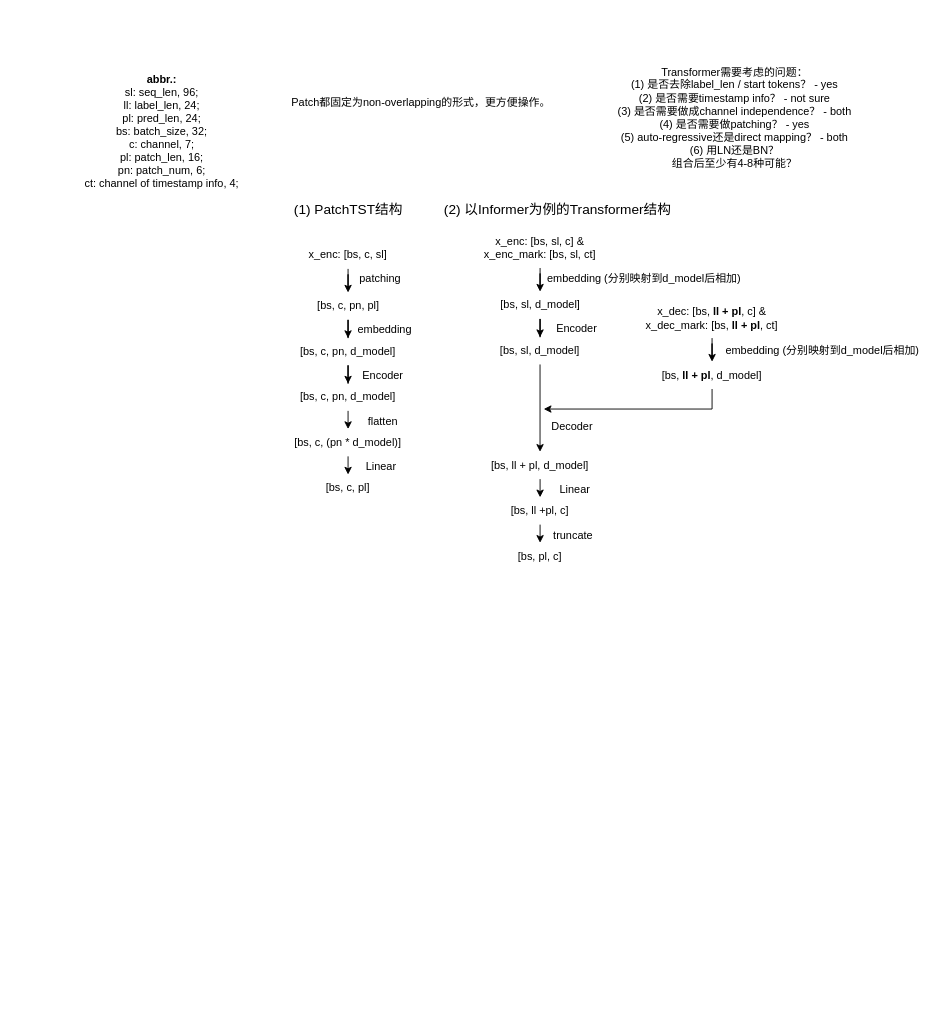
Above: TSF_Transformer架构探讨.drawio in HALF111/Research_figures (draw.io), before the change. Source tidied: cells renumbered, new cells numbered last; positions are measured from the earlier drawing's top-left corner, leaving out a move shared by most shapes. Both pictures are drawn from the tidied source at 91%, with x=0, y=0 at pixel (75, 63).
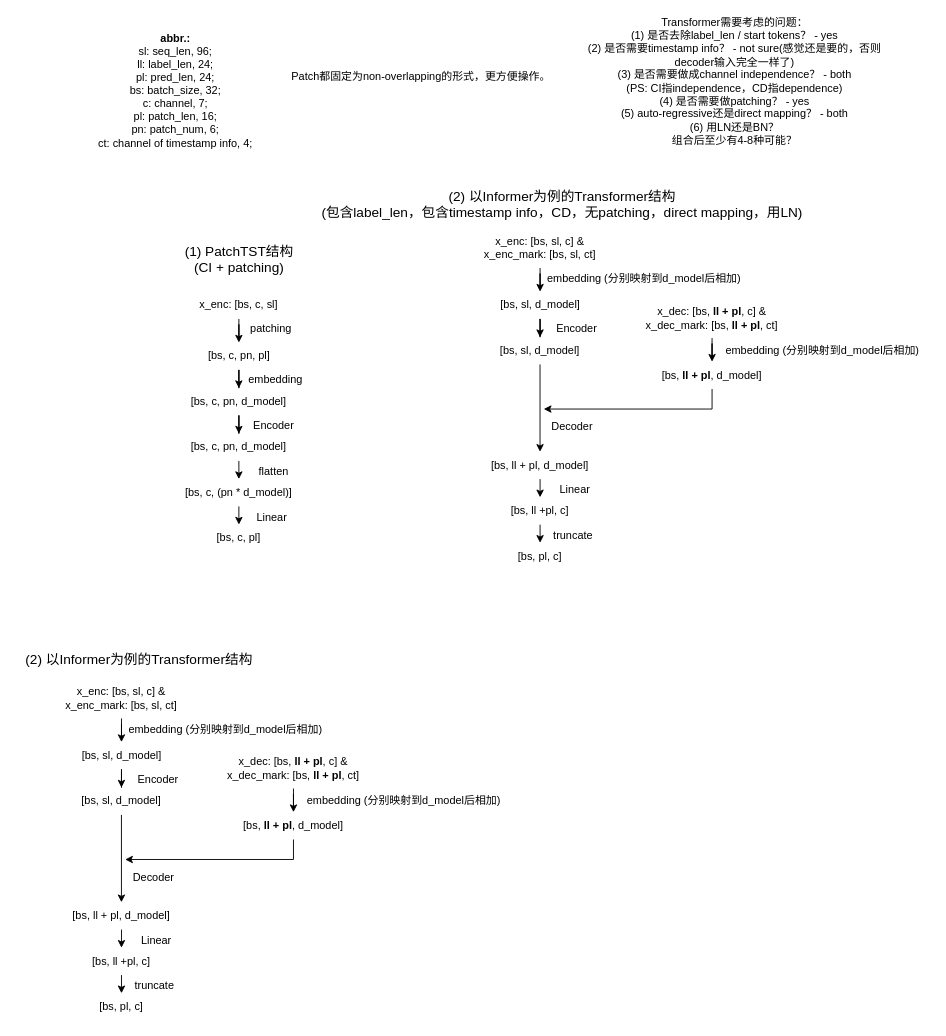
After the change.

Commit message:
更新TSF_Transformer架构探讨.drawio

The edit, as a diff of the source:
```diff
@@
     <mxCell id="3" value="x_enc: [bs, c, sl]" style="text;html=1;align=center;verticalAlign=middle;whiteSpace=wrap;rounded=0;" parent="1" vertex="1">
-      <mxGeometry x="225" y="196" width="150" height="30" as="geometry" />
+      <mxGeometry x="105" y="251" width="150" height="30" as="geometry" />
     </mxCell>
-    <mxCell id="4" value="&lt;font style=&quot;font-size: 15px;&quot;&gt;(1) PatchTST结构&lt;/font&gt;" style="text;html=1;align=center;verticalAlign=middle;strokeColor=none;fillColor=none;" parent="1" vertex="1">
-      <mxGeometry x="230" y="145" width="140" height="30" as="geometry" />
+    <mxCell id="4" value="&lt;font style=&quot;font-size: 15px;&quot;&gt;(1) PatchTST结构&lt;/font&gt;&lt;div&gt;&lt;span style=&quot;font-size: 15px;&quot;&gt;(CI + patching)&lt;/span&gt;&lt;/div&gt;" style="text;html=1;align=center;verticalAlign=middle;strokeColor=none;fillColor=none;" parent="1" vertex="1">
+      <mxGeometry x="110" y="190" width="140" height="50" as="geometry" />
     </mxCell>
     <mxCell id="5" value="&lt;b&gt;abbr.:&lt;/b&gt;&lt;div&gt;sl: seq_len, 96;&lt;/div&gt;&lt;div&gt;ll: label_len, 24;&lt;/div&gt;&lt;div&gt;pl: pred_len, 24;&lt;/div&gt;&lt;div&gt;bs: batch_size, 32;&lt;/div&gt;&lt;div&gt;c: channel, 7;&lt;/div&gt;&lt;div&gt;pl: patch_len, 16;&lt;/div&gt;&lt;div&gt;pn: patch_num, 6;&lt;/div&gt;&lt;div&gt;ct: channel of timestamp info, 4;&lt;/div&gt;" style="text;html=1;align=center;verticalAlign=middle;strokeColor=none;fillColor=none;" parent="1" vertex="1">
-      <mxGeometry y="5" width="190" height="140" as="geometry" />
+      <mxGeometry x="15" y="-40" width="190" height="140" as="geometry" />
     </mxCell>
     <mxCell id="6" value="Patch都固定为non-overlapping的形式，更方便操作。" style="text;html=1;align=center;verticalAlign=middle;strokeColor=none;fillColor=none;" parent="1" vertex="1">
-      <mxGeometry x="225" y="29" width="310" height="30" as="geometry" />
+      <mxGeometry x="225" width="310" height="30" as="geometry" />
     </mxCell>
-    <mxCell id="7" value="Transformer需要考虑的问题：&lt;div&gt;(1) 是否去除label_len / start tokens？ - yes&lt;/div&gt;&lt;div&gt;(2) 是否需要timestamp info？ - not sure&lt;/div&gt;&lt;div&gt;(3) 是否需要做成channel independence？ - both&lt;/div&gt;&lt;div&gt;(4) 是否需要做patching？ - yes&lt;/div&gt;&lt;div&gt;(5) auto-regressive还是direct mapping？ - both&lt;/div&gt;&lt;div&gt;(6) 用LN还是BN？&lt;/div&gt;&lt;div&gt;组合后至少有4-8种可能？&lt;/div&gt;" style="text;html=1;align=center;verticalAlign=middle;whiteSpace=wrap;rounded=0;" parent="1" vertex="1">
-      <mxGeometry x="560" width="330" height="120" as="geometry" />
+    <mxCell id="7" value="Transformer需要考虑的问题：&lt;div&gt;(1) 是否去除label_len / start tokens？ - yes&lt;/div&gt;&lt;div&gt;(2) 是否需要timestamp info？ - not sure(感觉还是要的，否则decoder输入完全一样了)&lt;/div&gt;&lt;div&gt;(3) 是否需要做成channel independence？ - both&lt;/div&gt;&lt;div&gt;(PS: CI指independence，CD指dependence)&lt;/div&gt;&lt;div&gt;(4) 是否需要做patching？ - yes&lt;/div&gt;&lt;div&gt;(5) auto-regressive还是direct mapping？ - both&lt;/div&gt;&lt;div&gt;(6) 用LN还是BN？&lt;/div&gt;&lt;div&gt;组合后至少有4-8种可能？&lt;/div&gt;" style="text;html=1;align=center;verticalAlign=middle;whiteSpace=wrap;rounded=0;" parent="1" vertex="1">
+      <mxGeometry x="560" y="-40" width="330" height="120" as="geometry" />
     </mxCell>
@@
     <mxCell id="9" value="[bs, c, pn, pl]" style="text;html=1;align=center;verticalAlign=middle;whiteSpace=wrap;rounded=0;" parent="1" vertex="1">
-      <mxGeometry x="247.5" y="252" width="105" height="30" as="geometry" />
+      <mxGeometry x="127.5" y="307" width="105" height="30" as="geometry" />
     </mxCell>
     <mxCell id="10" value="patching" style="text;html=1;align=center;verticalAlign=middle;strokeColor=none;fillColor=none;" parent="1" vertex="1">
-      <mxGeometry x="300" y="222" width="70" height="30" as="geometry" />
+      <mxGeometry x="180" y="277" width="70" height="30" as="geometry" />
     </mxCell>
@@
     <mxCell id="12" value="[bs, c, pn, d_model]" style="text;html=1;align=center;verticalAlign=middle;whiteSpace=wrap;rounded=0;" parent="1" vertex="1">
-      <mxGeometry x="231.2" y="302" width="137.5" height="30" as="geometry" />
+      <mxGeometry x="111.2" y="357" width="137.5" height="30" as="geometry" />
     </mxCell>
@@
     <mxCell id="14" value="[bs, c, pn, d_model]" style="text;html=1;align=center;verticalAlign=middle;whiteSpace=wrap;rounded=0;" parent="1" vertex="1">
-      <mxGeometry x="231.2" y="352" width="137.5" height="30" as="geometry" />
+      <mxGeometry x="111.2" y="407" width="137.5" height="30" as="geometry" />
     </mxCell>
@@
     <mxCell id="16" value="[bs, c, (pn * d_model)]" style="text;html=1;align=center;verticalAlign=middle;whiteSpace=wrap;rounded=0;" parent="1" vertex="1">
-      <mxGeometry x="231.2" y="402" width="137.5" height="30" as="geometry" />
+      <mxGeometry x="111.2" y="457" width="137.5" height="30" as="geometry" />
     </mxCell>
     <mxCell id="17" value="[bs, c, pl]" style="text;html=1;align=center;verticalAlign=middle;whiteSpace=wrap;rounded=0;" parent="1" vertex="1">
-      <mxGeometry x="231.2" y="452" width="137.5" height="30" as="geometry" />
+      <mxGeometry x="111.2" y="507" width="137.5" height="30" as="geometry" />
     </mxCell>
     <mxCell id="18" value="embedding" style="text;html=1;align=center;verticalAlign=middle;strokeColor=none;fillColor=none;" parent="1" vertex="1">
-      <mxGeometry x="300" y="278" width="80" height="30" as="geometry" />
+      <mxGeometry x="180" y="333" width="80" height="30" as="geometry" />
     </mxCell>
     <mxCell id="19" value="Encoder" style="text;html=1;align=center;verticalAlign=middle;strokeColor=none;fillColor=none;" parent="1" vertex="1">
-      <mxGeometry x="303" y="328" width="70" height="30" as="geometry" />
+      <mxGeometry x="183" y="383" width="70" height="30" as="geometry" />
     </mxCell>
     <mxCell id="20" value="flatten" style="text;html=1;align=center;verticalAlign=middle;strokeColor=none;fillColor=none;" parent="1" vertex="1">
-      <mxGeometry x="308" y="379" width="60" height="30" as="geometry" />
+      <mxGeometry x="188" y="434" width="60" height="30" as="geometry" />
     </mxCell>
     <mxCell id="21" value="Linear" style="text;html=1;align=center;verticalAlign=middle;strokeColor=none;fillColor=none;" parent="1" vertex="1">
-      <mxGeometry x="306" y="429" width="60" height="30" as="geometry" />
+      <mxGeometry x="186" y="484" width="60" height="30" as="geometry" />
     </mxCell>
@@
-    <mxCell id="43" value="&lt;font style=&quot;font-size: 15px;&quot;&gt;(2) 以Informer为例的Transformer结构&lt;/font&gt;" style="text;html=1;align=center;verticalAlign=middle;strokeColor=none;fillColor=none;" parent="1" vertex="1">
-      <mxGeometry x="395" y="145" width="270" height="30" as="geometry" />
+    <mxCell id="43" value="&lt;font style=&quot;font-size: 15px;&quot;&gt;(2) 以Informer为例的Transformer结构&lt;/font&gt;&lt;div&gt;&lt;font style=&quot;font-size: 15px;&quot;&gt;(包含label_len，包含timestamp info，CD，无patching，direct mapping，用LN)&lt;/font&gt;&lt;/div&gt;" style="text;html=1;align=center;verticalAlign=middle;strokeColor=none;fillColor=none;" parent="1" vertex="1">
+      <mxGeometry x="260" y="130" width="550" height="50" as="geometry" />
     </mxCell>
+    <mxCell id="44" style="edgeStyle=orthogonalEdgeStyle;rounded=0;jettySize=auto;html=1;entryX=0.5;entryY=0;entryDx=0;entryDy=0;" parent="1" edge="1" source="45" target="47">
+      <mxGeometry relative="1" as="geometry" />
+    </mxCell>
+    <mxCell id="45" value="x_enc: [bs, sl, c] &amp;amp;&lt;div&gt;x_enc_mark: [bs, sl, ct]&lt;/div&gt;" style="text;html=1;align=center;verticalAlign=middle;whiteSpace=wrap;rounded=0;" parent="1" vertex="1">
+      <mxGeometry x="-24" y="675" width="150" height="45" as="geometry" />
+    </mxCell>
+    <mxCell id="46" style="edgeStyle=orthogonalEdgeStyle;rounded=0;jettySize=auto;html=1;entryX=0.5;entryY=0;entryDx=0;entryDy=0;" parent="1" edge="1" source="47" target="50">
+      <mxGeometry relative="1" as="geometry" />
+    </mxCell>
+    <mxCell id="47" value="[bs, sl, d_model]" style="text;html=1;align=center;verticalAlign=middle;whiteSpace=wrap;rounded=0;" parent="1" vertex="1">
+      <mxGeometry x="-1.5" y="746" width="105" height="30" as="geometry" />
+    </mxCell>
+    <mxCell id="48" value="embedding (分别映射到d_model后相加)" style="text;html=1;align=center;verticalAlign=middle;strokeColor=none;fillColor=none;" parent="1" vertex="1">
+      <mxGeometry x="45" y="717" width="240" height="30" as="geometry" />
+    </mxCell>
+    <mxCell id="49" style="edgeStyle=orthogonalEdgeStyle;rounded=0;jettySize=auto;html=1;" parent="1" edge="1" source="50" target="52">
+      <mxGeometry relative="1" as="geometry" />
+    </mxCell>
+    <mxCell id="50" value="[bs, sl, d_model]" style="text;html=1;align=center;verticalAlign=middle;whiteSpace=wrap;rounded=0;" parent="1" vertex="1">
+      <mxGeometry x="-17.8" y="796" width="137.5" height="30" as="geometry" />
+    </mxCell>
+    <mxCell id="51" style="edgeStyle=orthogonalEdgeStyle;rounded=0;jettySize=auto;html=1;entryX=0.5;entryY=0;entryDx=0;entryDy=0;" parent="1" edge="1" source="52" target="54">
+      <mxGeometry relative="1" as="geometry" />
+    </mxCell>
+    <mxCell id="52" value="[bs, ll + pl, d_model]" style="text;html=1;align=center;verticalAlign=middle;whiteSpace=wrap;rounded=0;" parent="1" vertex="1">
+      <mxGeometry x="-17.8" y="922" width="137.5" height="30" as="geometry" />
+    </mxCell>
+    <mxCell id="53" style="edgeStyle=orthogonalEdgeStyle;rounded=0;jettySize=auto;html=1;entryX=0.5;entryY=0;entryDx=0;entryDy=0;" parent="1" edge="1" source="54" target="55">
+      <mxGeometry relative="1" as="geometry" />
+    </mxCell>
+    <mxCell id="54" value="[bs, ll +pl, c]" style="text;html=1;align=center;verticalAlign=middle;whiteSpace=wrap;rounded=0;" parent="1" vertex="1">
+      <mxGeometry x="-17.8" y="972" width="137.5" height="30" as="geometry" />
+    </mxCell>
+    <mxCell id="55" value="[bs, pl, c]" style="text;html=1;align=center;verticalAlign=middle;whiteSpace=wrap;rounded=0;" parent="1" vertex="1">
+      <mxGeometry x="-17.8" y="1022" width="137.5" height="30" as="geometry" />
+    </mxCell>
+    <mxCell id="56" value="Encoder" style="text;html=1;align=center;verticalAlign=middle;strokeColor=none;fillColor=none;" parent="1" vertex="1">
+      <mxGeometry x="56" y="772" width="70" height="30" as="geometry" />
+    </mxCell>
+    <mxCell id="57" value="Decoder" style="text;html=1;align=center;verticalAlign=middle;strokeColor=none;fillColor=none;" parent="1" vertex="1">
+      <mxGeometry x="51" y="880" width="70" height="30" as="geometry" />
+    </mxCell>
+    <mxCell id="58" value="Linear" style="text;html=1;align=center;verticalAlign=middle;strokeColor=none;fillColor=none;" parent="1" vertex="1">
+      <mxGeometry x="59" y="949" width="60" height="30" as="geometry" />
+    </mxCell>
+    <mxCell id="59" value="truncate" style="text;html=1;align=center;verticalAlign=middle;strokeColor=none;fillColor=none;" parent="1" vertex="1">
+      <mxGeometry x="52" y="999" width="70" height="30" as="geometry" />
+    </mxCell>
+    <mxCell id="60" style="edgeStyle=orthogonalEdgeStyle;rounded=0;jettySize=auto;html=1;entryX=0.5;entryY=0;entryDx=0;entryDy=0;" parent="1" edge="1" source="61" target="62">
+      <mxGeometry relative="1" as="geometry" />
+    </mxCell>
+    <mxCell id="61" value="x_dec: [bs, &lt;b&gt;ll + pl&lt;/b&gt;, c] &amp;amp;&lt;div&gt;x_dec_mark: [bs, &lt;b&gt;ll + pl&lt;/b&gt;, ct]&lt;/div&gt;" style="text;html=1;align=center;verticalAlign=middle;whiteSpace=wrap;rounded=0;" parent="1" vertex="1">
+      <mxGeometry x="165" y="752" width="150" height="45" as="geometry" />
+    </mxCell>
+    <mxCell id="62" value="[bs, &lt;b&gt;ll + pl&lt;/b&gt;, d_model]" style="text;html=1;align=center;verticalAlign=middle;whiteSpace=wrap;rounded=0;" parent="1" vertex="1">
+      <mxGeometry x="175" y="823" width="130" height="30" as="geometry" />
+    </mxCell>
+    <mxCell id="63" value="embedding (分别映射到d_model后相加)" style="text;html=1;align=center;verticalAlign=middle;strokeColor=none;fillColor=none;" parent="1" vertex="1">
+      <mxGeometry x="241" y="796" width="240" height="30" as="geometry" />
+    </mxCell>
+    <mxCell id="64" style="endArrow=classic;html=1;rounded=0;exitX=0.5;exitY=1;exitDx=0;exitDy=0;" parent="1" edge="1" source="62">
+      <mxGeometry relative="1" as="geometry">
+        <mxPoint x="55" y="875" as="targetPoint" />
+        <Array as="points">
+          <mxPoint x="240" y="875" />
+        </Array>
+      </mxGeometry>
+    </mxCell>
+    <mxCell id="65" value="&lt;font style=&quot;font-size: 15px;&quot;&gt;(2) 以Informer为例的Transformer结构&lt;/font&gt;" style="text;html=1;align=center;verticalAlign=middle;strokeColor=none;fillColor=none;" parent="1" vertex="1">
+      <mxGeometry x="-65" y="640" width="270" height="30" as="geometry" />
+    </mxCell>
```
